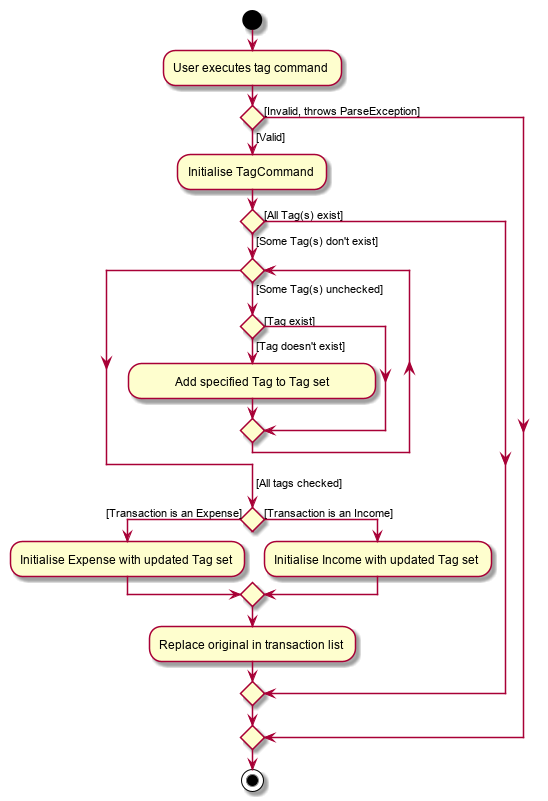
The PlantUML diagram docs/images/tag-untag/TagActivity.png in nus-cs2103-AY1920S1/addressbook-level3, before a commit.
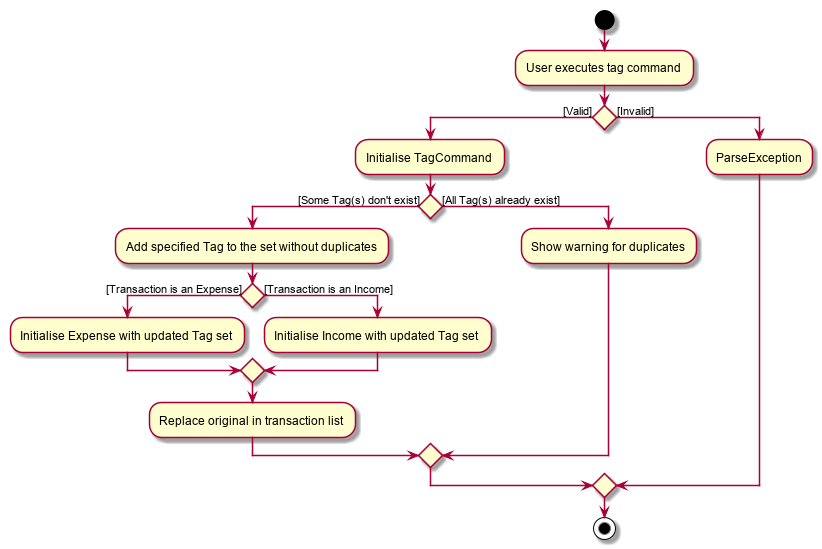
After the commit.

Diff of the diagram source:
```diff
@@ -2,27 +2,21 @@
 start
 :User executes tag command;
 
-if () then ([Invalid, throws ParseException])
-else ([Valid])
+if () then ([Valid])
     :Initialise TagCommand;
     if () then ([Some Tag(s) don't exist])
-        while ()
-            -> [Some Tag(s) unchecked];
-            if () then ([Tag doesn't exist])
-                :            Add specified Tag to Tag set            ;
-            else ([Tag exist])
-
-            endif
-        endwhile
-        -> [All tags checked];
+        :Add specified Tag to the set without duplicates;
         if () then ([Transaction is an Expense])
             :Initialise Expense with updated Tag set;
         else ([Transaction is an Income])
             :Initialise Income with updated Tag set;
         endif
         :Replace original in transaction list;
-    else ([All Tag(s) exist])
+    else ([All Tag(s) already exist])
+    :Show warning for duplicates;
     endif
+else ([Invalid])
+    :ParseException;
 endif
 stop
 @enduml
```
